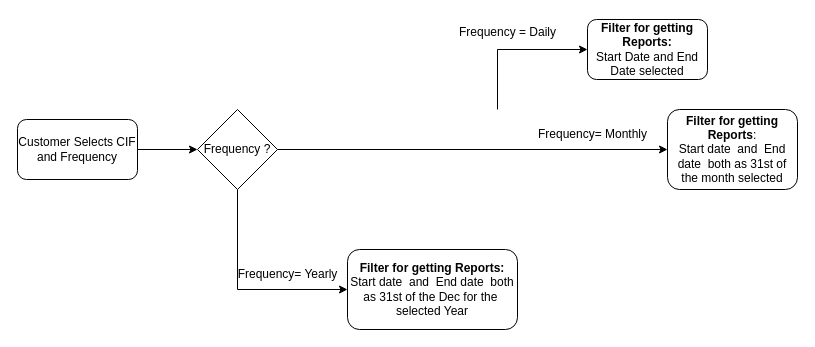
janmejayshah11/FirstRepo keeps this draw.io diagram as Untitled Diagram.drawio. Above is the earlier version. Source tidied: cells renumbered, new cells numbered last; positions are measured from the earlier drawing's top-left corner, leaving out a move shared by most shapes. Both pictures are drawn from the tidied source at 100%, with x=0, y=0 at pixel (17, 17).
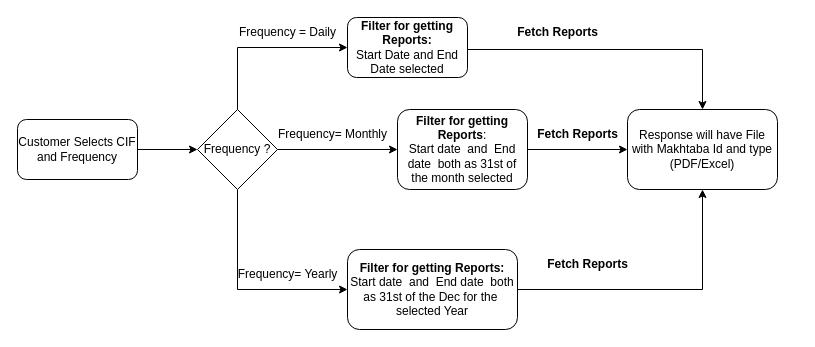
The same diagram, later.

The change refers to these unchanged cells:
```xml
<mxCell id="3" value="Frequency ?" style="rhombus;whiteSpace=wrap;html=1;" parent="1" vertex="1">
  <mxGeometry x="180" y="92" width="80" height="80" as="geometry" />
</mxCell>
<mxCell id="6" value="&lt;b&gt;Filter for getting Reports:&lt;/b&gt;&lt;br style=&quot;border-color: var(--border-color);&quot;&gt;Start date&amp;nbsp; and&amp;nbsp; End date&amp;nbsp; both as 31st of the Dec for the&amp;nbsp; selected Year" style="rounded=1;whiteSpace=wrap;html=1;" parent="1" vertex="1">
  <mxGeometry x="330" y="232" width="170" height="80" as="geometry" />
</mxCell>
```

The edit, as a diff of the source:
```diff
@@
     <mxCell id="4" value="&lt;b&gt;Filter for getting Reports:&lt;br&gt;&lt;/b&gt;Start Date and End Date selected" style="rounded=1;whiteSpace=wrap;html=1;" parent="1" vertex="1">
-      <mxGeometry x="570" y="2" width="120" height="60" as="geometry" />
+      <mxGeometry x="330" width="120" height="60" as="geometry" />
     </mxCell>
     <mxCell id="5" value="&lt;b&gt;Filter for getting Reports&lt;/b&gt;:&lt;br style=&quot;border-color: var(--border-color);&quot;&gt;Start date&amp;nbsp; and&amp;nbsp; End date&amp;nbsp; both as 31st of the month selected" style="rounded=1;whiteSpace=wrap;html=1;" parent="1" vertex="1">
-      <mxGeometry x="650" y="92" width="130" height="80" as="geometry" />
+      <mxGeometry x="380" y="92" width="130" height="80" as="geometry" />
     </mxCell>
@@
-    <mxCell id="7" style="endArrow=classic;html=1;rounded=0;entryX=0;entryY=0.5;entryDx=0;entryDy=0;" parent="1" edge="1" target="4">
+    <mxCell id="7" style="endArrow=classic;html=1;rounded=0;entryX=0;entryY=0.5;entryDx=0;entryDy=0;exitX=0.5;exitY=0;exitDx=0;exitDy=0;" parent="1" edge="1" source="3" target="4">
       <mxGeometry relative="1" as="geometry">
-        <mxPoint x="480" y="92" as="sourcePoint" />
         <Array as="points">
-          <mxPoint x="480" y="32" />
+          <mxPoint x="220" y="30" />
         </Array>
       </mxGeometry>
     </mxCell>
     <mxCell id="8" value="Frequency = Daily" style="text;html=1;align=center;verticalAlign=middle;strokeColor=none;fillColor=none;" parent="1" vertex="1">
-      <mxGeometry x="430" width="120" height="30" as="geometry" />
+      <mxGeometry x="210" width="120" height="30" as="geometry" />
     </mxCell>
@@
     <mxCell id="11" value="Frequency= Monthly" style="text;html=1;align=center;verticalAlign=middle;strokeColor=none;fillColor=none;" parent="1" vertex="1">
-      <mxGeometry x="510" y="102" width="130" height="30" as="geometry" />
+      <mxGeometry x="250" y="102" width="130" height="30" as="geometry" />
     </mxCell>
@@
+    <mxCell id="14" value="Response will have File with Makhtaba Id and type (PDF/Excel)" style="rounded=1;whiteSpace=wrap;html=1;" parent="1" vertex="1">
+      <mxGeometry x="610" y="92" width="150" height="80" as="geometry" />
+    </mxCell>
+    <mxCell id="15" style="endArrow=classic;html=1;rounded=0;entryX=0;entryY=0.5;entryDx=0;entryDy=0;" parent="1" edge="1" target="14">
+      <mxGeometry relative="1" as="geometry">
+        <mxPoint x="510" y="132" as="sourcePoint" />
+      </mxGeometry>
+    </mxCell>
+    <mxCell id="16" style="endArrow=classic;html=1;rounded=0;entryX=0.5;entryY=0;entryDx=0;entryDy=0;" parent="1" edge="1" target="14">
+      <mxGeometry relative="1" as="geometry">
+        <mxPoint x="450" y="32" as="sourcePoint" />
+        <Array as="points">
+          <mxPoint x="685" y="32" />
+        </Array>
+      </mxGeometry>
+    </mxCell>
+    <mxCell id="17" style="endArrow=classic;html=1;rounded=0;entryX=0.5;entryY=1;entryDx=0;entryDy=0;exitX=1;exitY=0.5;exitDx=0;exitDy=0;" parent="1" edge="1" source="6" target="14">
+      <mxGeometry relative="1" as="geometry">
+        <Array as="points">
+          <mxPoint x="685" y="272" />
+        </Array>
+      </mxGeometry>
+    </mxCell>
+    <mxCell id="18" value="Fetch Reports" style="text;html=1;align=center;verticalAlign=middle;strokeColor=none;fillColor=none;fontStyle=1;" parent="1" vertex="1">
+      <mxGeometry x="490" width="100" height="30" as="geometry" />
+    </mxCell>
+    <mxCell id="19" value="Fetch Reports" style="text;html=1;align=center;verticalAlign=middle;strokeColor=none;fillColor=none;fontStyle=1;" parent="1" vertex="1">
+      <mxGeometry x="510" y="102" width="100" height="30" as="geometry" />
+    </mxCell>
+    <mxCell id="20" value="Fetch Reports" style="text;html=1;align=center;verticalAlign=middle;strokeColor=none;fillColor=none;fontStyle=1;" parent="1" vertex="1">
+      <mxGeometry x="520" y="232" width="100" height="30" as="geometry" />
+    </mxCell>
```
